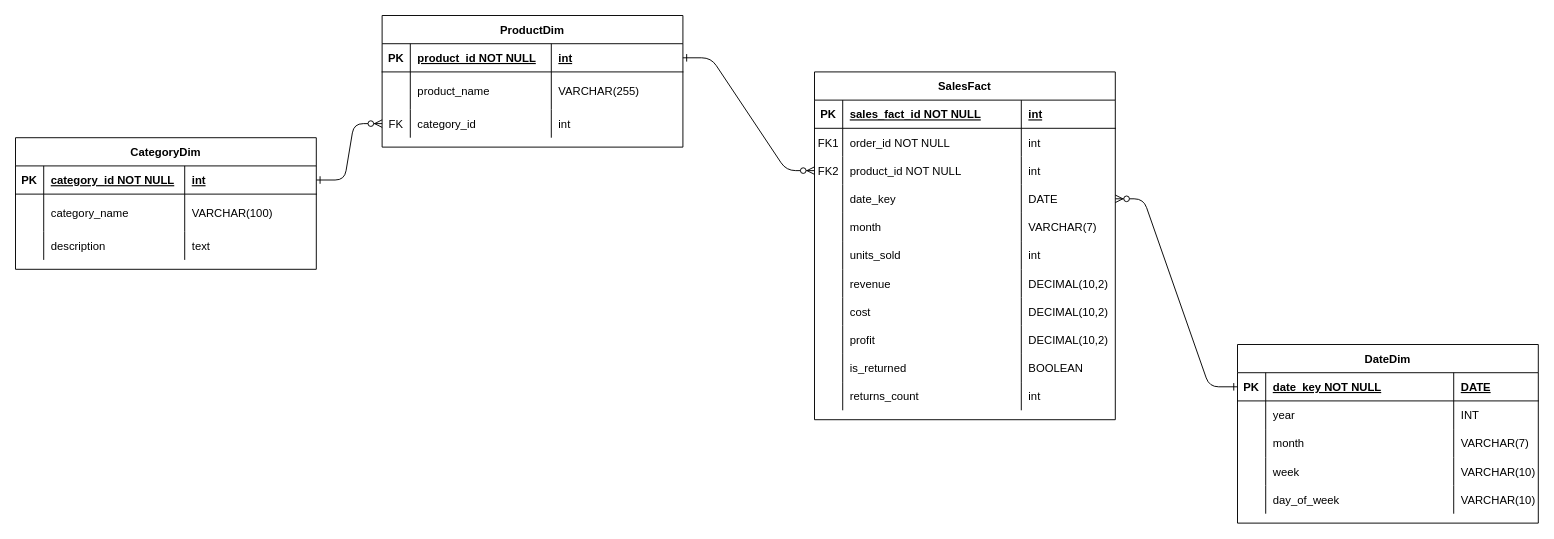
The draw.io diagram Снежинка Data Mart.drawio in SofiyaBrodnikova/-educational, before the edit. Source tidied: cells renumbered, new cells numbered last; positions are measured from the earlier drawing's top-left corner, leaving out a move shared by most shapes. Both pictures are drawn from the tidied source at 94%, with x=0, y=0 at pixel (15, 15).
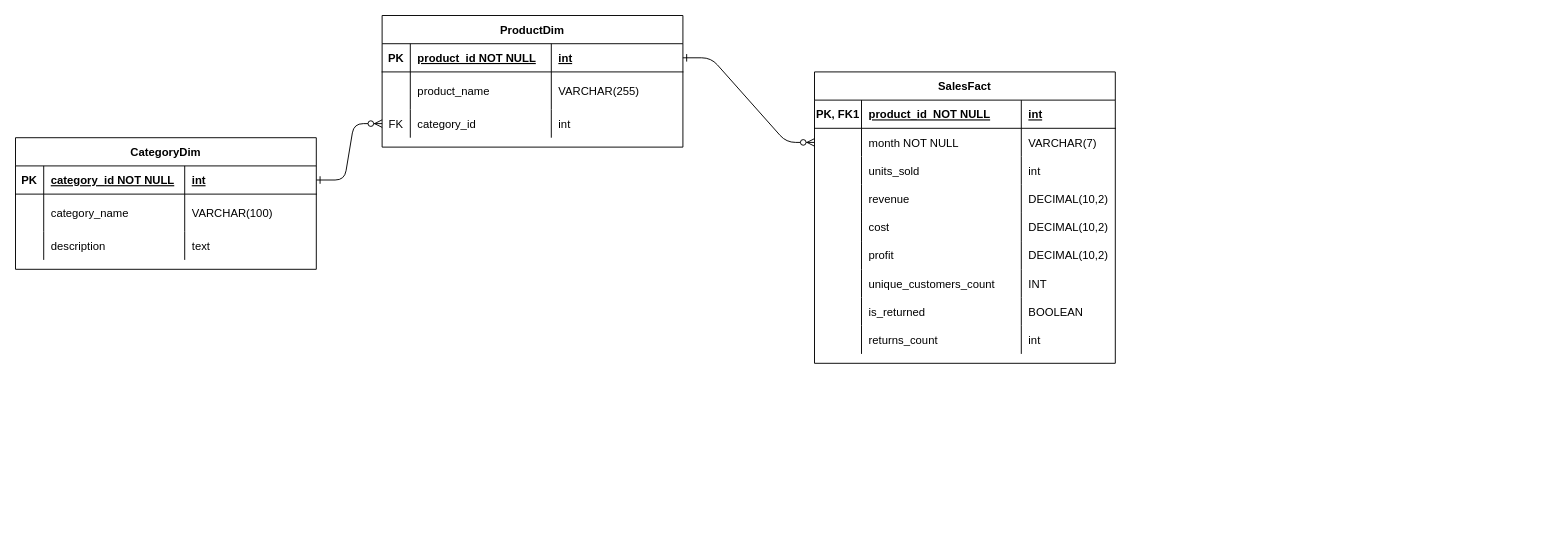
The same page after the edit.

Unchanged cells that the change refers to:
```xml
<mxCell id="25" style="shape=partialRectangle;fillColor=none;top=0;left=0;right=0;bottom=1;" parent="24" vertex="1">
  <mxGeometry y="30" width="320" height="30" as="geometry" />
</mxCell>
```

The edit, as a diff of the source:
```diff
@@
-    <mxCell id="2" style="edgeStyle=entityRelationEdgeStyle;endArrow=ERzeroToMany;startArrow=ERone;endFill=1;startFill=0;exitX=0;exitY=0.5;exitDx=0;exitDy=0;entryX=1;entryY=0.5;entryDx=0;entryDy=0;" parent="1" edge="1" source="4" target="37">
-      <mxGeometry relative="1" as="geometry" />
-    </mxCell>
-    <mxCell id="3" value="DateDim" style="shape=table;startSize=30;childLayout=tableLayout;rowLines=0;fontStyle=1;align=center;" parent="1" vertex="1">
-      <mxGeometry x="1300" y="350" width="320" height="190" as="geometry" />
-    </mxCell>
-    <mxCell id="4" style="shape=partialRectangle;fillColor=none;points=[[0,0.5],[1,0.5]];portConstraint=eastwest;top=0;left=0;right=0;bottom=1;" parent="3" vertex="1">
-      <mxGeometry y="30" width="320" height="30" as="geometry" />
-    </mxCell>
-    <mxCell id="5" value="PK" style="shape=partialRectangle;overflow=hidden;fillColor=none;top=0;left=0;bottom=0;right=0;fontStyle=1;" parent="4" vertex="1">
-      <mxGeometry width="30" height="30" as="geometry" />
-    </mxCell>
-    <mxCell id="6" value="date_key NOT NULL " style="shape=partialRectangle;overflow=hidden;fillColor=none;top=0;left=0;bottom=0;right=0;align=left;spacingLeft=6;fontStyle=5;" parent="4" vertex="1">
-      <mxGeometry x="30" width="200" height="30" as="geometry" />
-    </mxCell>
-    <mxCell id="7" value="DATE" style="shape=partialRectangle;overflow=hidden;fillColor=none;top=0;left=0;bottom=0;right=0;align=left;spacingLeft=6;fontStyle=5;" parent="4" vertex="1">
-      <mxGeometry x="230" width="90" height="30" as="geometry" />
-    </mxCell>
-    <mxCell id="8" style="shape=partialRectangle;fillColor=none;top=0;left=0;right=0;bottom=0;" parent="3" vertex="1">
-      <mxGeometry y="60" width="320" height="30" as="geometry" />
-    </mxCell>
-    <mxCell id="9" style="shape=partialRectangle;overflow=hidden;fillColor=none;top=0;left=0;bottom=0;right=0;" parent="8" vertex="1">
-      <mxGeometry width="30" height="30" as="geometry" />
-    </mxCell>
-    <mxCell id="10" value="year" style="shape=partialRectangle;overflow=hidden;fillColor=none;top=0;left=0;bottom=0;right=0;align=left;spacingLeft=6;" parent="8" vertex="1">
-      <mxGeometry x="30" width="200" height="30" as="geometry" />
-    </mxCell>
-    <mxCell id="11" value="INT" style="shape=partialRectangle;overflow=hidden;fillColor=none;top=0;left=0;bottom=0;right=0;align=left;spacingLeft=6;" parent="8" vertex="1">
-      <mxGeometry x="230" width="90" height="30" as="geometry" />
-    </mxCell>
-    <mxCell id="12" style="shape=partialRectangle;fillColor=none;top=0;left=0;right=0;bottom=0;" parent="3" vertex="1">
-      <mxGeometry y="90" width="320" height="30" as="geometry" />
-    </mxCell>
-    <mxCell id="13" style="shape=partialRectangle;overflow=hidden;fillColor=none;top=0;left=0;bottom=0;right=0;" parent="12" vertex="1">
-      <mxGeometry width="30" height="30" as="geometry" />
-    </mxCell>
-    <mxCell id="14" value="month" style="shape=partialRectangle;overflow=hidden;fillColor=none;top=0;left=0;bottom=0;right=0;align=left;spacingLeft=6;" parent="12" vertex="1">
-      <mxGeometry x="30" width="200" height="30" as="geometry" />
-    </mxCell>
-    <mxCell id="15" value="VARCHAR(7)" style="shape=partialRectangle;overflow=hidden;fillColor=none;top=0;left=0;bottom=0;right=0;align=left;spacingLeft=6;" parent="12" vertex="1">
-      <mxGeometry x="230" width="90" height="30" as="geometry" />
-    </mxCell>
-    <mxCell id="16" style="shape=partialRectangle;fillColor=none;top=0;left=0;right=0;bottom=0;" parent="3" vertex="1">
-      <mxGeometry y="120" width="320" height="30" as="geometry" />
-    </mxCell>
-    <mxCell id="17" style="shape=partialRectangle;overflow=hidden;fillColor=none;top=0;left=0;bottom=0;right=0;" parent="16" vertex="1">
-      <mxGeometry width="30" height="30" as="geometry" />
-    </mxCell>
-    <mxCell id="18" value="week" style="shape=partialRectangle;overflow=hidden;fillColor=none;top=0;left=0;bottom=0;right=0;align=left;spacingLeft=6;" parent="16" vertex="1">
-      <mxGeometry x="30" width="200" height="30" as="geometry" />
-    </mxCell>
-    <mxCell id="19" value="VARCHAR(10)" style="shape=partialRectangle;overflow=hidden;fillColor=none;top=0;left=0;bottom=0;right=0;align=left;spacingLeft=6;" parent="16" vertex="1">
-      <mxGeometry x="230" width="90" height="30" as="geometry" />
-    </mxCell>
-    <mxCell id="20" style="shape=partialRectangle;fillColor=none;top=0;left=0;right=0;bottom=0;" parent="3" vertex="1">
-      <mxGeometry y="150" width="320" height="30" as="geometry" />
-    </mxCell>
-    <mxCell id="21" style="shape=partialRectangle;overflow=hidden;fillColor=none;top=0;left=0;bottom=0;right=0;" parent="20" vertex="1">
-      <mxGeometry width="30" height="30" as="geometry" />
-    </mxCell>
-    <mxCell id="22" value="day_of_week" style="shape=partialRectangle;overflow=hidden;fillColor=none;top=0;left=0;bottom=0;right=0;align=left;spacingLeft=6;" parent="20" vertex="1">
-      <mxGeometry x="30" width="200" height="30" as="geometry" />
-    </mxCell>
-    <mxCell id="23" value="VARCHAR(10)" style="shape=partialRectangle;overflow=hidden;fillColor=none;top=0;left=0;bottom=0;right=0;align=left;spacingLeft=6;" parent="20" vertex="1">
-      <mxGeometry x="230" width="90" height="30" as="geometry" />
-    </mxCell>
     <mxCell id="24" value="SalesFact" style="shape=table;startSize=30;childLayout=tableLayout;rowLines=0;fontStyle=1;align=center;" parent="1" vertex="1">
-      <mxGeometry x="850" y="60" width="320" height="370" as="geometry" />
+      <mxGeometry x="850" y="60" width="320" height="310" as="geometry" />
     </mxCell>
@@
-    <mxCell id="26" value="PK" style="shape=partialRectangle;overflow=hidden;fillColor=none;top=0;left=0;bottom=0;right=0;fontStyle=1;" parent="25" vertex="1">
-      <mxGeometry width="30" height="30" as="geometry" />
+    <mxCell id="26" value="PK, FK1" style="shape=partialRectangle;overflow=hidden;fillColor=none;top=0;left=0;bottom=0;right=0;fontStyle=1;" parent="25" vertex="1">
+      <mxGeometry width="50" height="30" as="geometry" />
     </mxCell>
-    <mxCell id="27" value="sales_fact_id NOT NULL " style="shape=partialRectangle;overflow=hidden;fillColor=none;top=0;left=0;bottom=0;right=0;align=left;spacingLeft=6;fontStyle=5;" parent="25" vertex="1">
-      <mxGeometry x="30" width="190" height="30" as="geometry" />
+    <mxCell id="27" value="product_id  NOT NULL " style="shape=partialRectangle;overflow=hidden;fillColor=none;top=0;left=0;bottom=0;right=0;align=left;spacingLeft=6;fontStyle=5;" parent="25" vertex="1">
+      <mxGeometry x="50" width="170" height="30" as="geometry" />
     </mxCell>
@@
-    <mxCell id="29" style="shape=partialRectangle;fillColor=none;top=0;left=0;right=0;bottom=0;" parent="24" vertex="1">
-      <mxGeometry y="60" width="320" height="30" as="geometry" />
-    </mxCell>
-    <mxCell id="30" value="FK1" style="shape=partialRectangle;overflow=hidden;fillColor=none;top=0;left=0;bottom=0;right=0;" parent="29" vertex="1">
-      <mxGeometry width="30" height="30" as="geometry" />
-    </mxCell>
-    <mxCell id="31" value="order_id NOT NULL" style="shape=partialRectangle;overflow=hidden;fillColor=none;top=0;left=0;bottom=0;right=0;align=left;spacingLeft=6;" parent="29" vertex="1">
-      <mxGeometry x="30" width="190" height="30" as="geometry" />
-    </mxCell>
-    <mxCell id="32" value="int" style="shape=partialRectangle;overflow=hidden;fillColor=none;top=0;left=0;bottom=0;right=0;align=left;spacingLeft=6;" parent="29" vertex="1">
-      <mxGeometry x="220" width="100" height="30" as="geometry" />
-    </mxCell>
     <mxCell id="33" style="shape=partialRectangle;fillColor=none;points=[[0,0.5],[1,0.5]];portConstraint=eastwest;top=0;left=0;right=0;bottom=0;" parent="24" vertex="1">
-      <mxGeometry y="90" width="320" height="30" as="geometry" />
+      <mxGeometry y="60" width="320" height="30" as="geometry" />
     </mxCell>
-    <mxCell id="34" value="FK2" style="shape=partialRectangle;overflow=hidden;fillColor=none;top=0;left=0;bottom=0;right=0;" parent="33" vertex="1">
-      <mxGeometry width="30" height="30" as="geometry" />
+    <mxCell id="34" style="shape=partialRectangle;overflow=hidden;fillColor=none;top=0;left=0;bottom=0;right=0;" parent="33" vertex="1">
+      <mxGeometry width="50" height="30" as="geometry" />
     </mxCell>
-    <mxCell id="35" value="product_id NOT NULL" style="shape=partialRectangle;overflow=hidden;fillColor=none;top=0;left=0;bottom=0;right=0;align=left;spacingLeft=6;" parent="33" vertex="1">
-      <mxGeometry x="30" width="190" height="30" as="geometry" />
+    <mxCell id="35" value="month NOT NULL" style="shape=partialRectangle;overflow=hidden;fillColor=none;top=0;left=0;bottom=0;right=0;align=left;spacingLeft=6;" parent="33" vertex="1">
+      <mxGeometry x="50" width="170" height="30" as="geometry" />
     </mxCell>
-    <mxCell id="36" value="int" style="shape=partialRectangle;overflow=hidden;fillColor=none;top=0;left=0;bottom=0;right=0;align=left;spacingLeft=6;" parent="33" vertex="1">
+    <mxCell id="36" value="VARCHAR(7)" style="shape=partialRectangle;overflow=hidden;fillColor=none;top=0;left=0;bottom=0;right=0;align=left;spacingLeft=6;" parent="33" vertex="1">
       <mxGeometry x="220" width="100" height="30" as="geometry" />
     </mxCell>
-    <mxCell id="37" style="shape=partialRectangle;fillColor=none;points=[[0,0.5],[1,0.5]];portConstraint=eastwest;top=0;left=0;right=0;bottom=0;" parent="24" vertex="1">
-      <mxGeometry y="120" width="320" height="30" as="geometry" />
-    </mxCell>
-    <mxCell id="38" style="shape=partialRectangle;overflow=hidden;fillColor=none;top=0;left=0;bottom=0;right=0;" parent="37" vertex="1">
-      <mxGeometry width="30" height="30" as="geometry" />
-    </mxCell>
-    <mxCell id="39" value="date_key" style="shape=partialRectangle;overflow=hidden;fillColor=none;top=0;left=0;bottom=0;right=0;align=left;spacingLeft=6;" parent="37" vertex="1">
-      <mxGeometry x="30" width="190" height="30" as="geometry" />
-    </mxCell>
-    <mxCell id="40" value="DATE" style="shape=partialRectangle;overflow=hidden;fillColor=none;top=0;left=0;bottom=0;right=0;align=left;spacingLeft=6;" parent="37" vertex="1">
-      <mxGeometry x="220" width="100" height="30" as="geometry" />
-    </mxCell>
-    <mxCell id="41" style="shape=partialRectangle;fillColor=none;top=0;left=0;right=0;bottom=0;" parent="24" vertex="1">
-      <mxGeometry y="150" width="320" height="30" as="geometry" />
-    </mxCell>
-    <mxCell id="42" style="shape=partialRectangle;overflow=hidden;fillColor=none;top=0;left=0;bottom=0;right=0;" parent="41" vertex="1">
-      <mxGeometry width="30" height="30" as="geometry" />
-    </mxCell>
-    <mxCell id="43" value="month" style="shape=partialRectangle;overflow=hidden;fillColor=none;top=0;left=0;bottom=0;right=0;align=left;spacingLeft=6;" parent="41" vertex="1">
-      <mxGeometry x="30" width="190" height="30" as="geometry" />
-    </mxCell>
-    <mxCell id="44" value="VARCHAR(7)" style="shape=partialRectangle;overflow=hidden;fillColor=none;top=0;left=0;bottom=0;right=0;align=left;spacingLeft=6;" parent="41" vertex="1">
-      <mxGeometry x="220" width="100" height="30" as="geometry" />
-    </mxCell>
     <mxCell id="45" style="shape=partialRectangle;fillColor=none;top=0;left=0;right=0;bottom=0;" parent="24" vertex="1">
-      <mxGeometry y="180" width="320" height="30" as="geometry" />
+      <mxGeometry y="90" width="320" height="30" as="geometry" />
     </mxCell>
     <mxCell id="46" style="shape=partialRectangle;overflow=hidden;fillColor=none;top=0;left=0;bottom=0;right=0;" parent="45" vertex="1">
-      <mxGeometry width="30" height="30" as="geometry" />
+      <mxGeometry width="50" height="30" as="geometry" />
     </mxCell>
     <mxCell id="47" value="units_sold" style="shape=partialRectangle;overflow=hidden;fillColor=none;top=0;left=0;bottom=0;right=0;align=left;spacingLeft=6;" parent="45" vertex="1">
-      <mxGeometry x="30" width="190" height="30" as="geometry" />
+      <mxGeometry x="50" width="170" height="30" as="geometry" />
     </mxCell>
@@
     <mxCell id="49" style="shape=partialRectangle;fillColor=none;top=0;left=0;right=0;bottom=0;" parent="24" vertex="1">
-      <mxGeometry y="210" width="320" height="30" as="geometry" />
+      <mxGeometry y="120" width="320" height="30" as="geometry" />
     </mxCell>
     <mxCell id="50" style="shape=partialRectangle;overflow=hidden;fillColor=none;top=0;left=0;bottom=0;right=0;" parent="49" vertex="1">
-      <mxGeometry width="30" height="30" as="geometry" />
+      <mxGeometry width="50" height="30" as="geometry" />
     </mxCell>
     <mxCell id="51" value="revenue" style="shape=partialRectangle;overflow=hidden;fillColor=none;top=0;left=0;bottom=0;right=0;align=left;spacingLeft=6;" parent="49" vertex="1">
-      <mxGeometry x="30" width="190" height="30" as="geometry" />
+      <mxGeometry x="50" width="170" height="30" as="geometry" />
     </mxCell>
@@
     <mxCell id="53" style="shape=partialRectangle;fillColor=none;top=0;left=0;right=0;bottom=0;" parent="24" vertex="1">
-      <mxGeometry y="240" width="320" height="30" as="geometry" />
+      <mxGeometry y="150" width="320" height="30" as="geometry" />
     </mxCell>
     <mxCell id="54" style="shape=partialRectangle;overflow=hidden;fillColor=none;top=0;left=0;bottom=0;right=0;" parent="53" vertex="1">
-      <mxGeometry width="30" height="30" as="geometry" />
+      <mxGeometry width="50" height="30" as="geometry" />
     </mxCell>
     <mxCell id="55" value="cost" style="shape=partialRectangle;overflow=hidden;fillColor=none;top=0;left=0;bottom=0;right=0;align=left;spacingLeft=6;" parent="53" vertex="1">
-      <mxGeometry x="30" width="190" height="30" as="geometry" />
+      <mxGeometry x="50" width="170" height="30" as="geometry" />
     </mxCell>
@@
     <mxCell id="57" style="shape=partialRectangle;fillColor=none;top=0;left=0;right=0;bottom=0;" parent="24" vertex="1">
-      <mxGeometry y="270" width="320" height="30" as="geometry" />
+      <mxGeometry y="180" width="320" height="30" as="geometry" />
     </mxCell>
     <mxCell id="58" style="shape=partialRectangle;overflow=hidden;fillColor=none;top=0;left=0;bottom=0;right=0;" parent="57" vertex="1">
-      <mxGeometry width="30" height="30" as="geometry" />
+      <mxGeometry width="50" height="30" as="geometry" />
     </mxCell>
     <mxCell id="59" value="profit" style="shape=partialRectangle;overflow=hidden;fillColor=none;top=0;left=0;bottom=0;right=0;align=left;spacingLeft=6;" parent="57" vertex="1">
-      <mxGeometry x="30" width="190" height="30" as="geometry" />
+      <mxGeometry x="50" width="170" height="30" as="geometry" />
     </mxCell>
@@
+    <mxCell id="97" style="shape=partialRectangle;fillColor=none;top=0;left=0;right=0;bottom=0;" parent="24" vertex="1">
+      <mxGeometry y="210" width="320" height="30" as="geometry" />
+    </mxCell>
+    <mxCell id="98" style="shape=partialRectangle;overflow=hidden;fillColor=none;top=0;left=0;bottom=0;right=0;" parent="97" vertex="1">
+      <mxGeometry width="50" height="30" as="geometry" />
+    </mxCell>
+    <mxCell id="99" value="unique_customers_count" style="shape=partialRectangle;overflow=hidden;fillColor=none;top=0;left=0;bottom=0;right=0;align=left;spacingLeft=6;" parent="97" vertex="1">
+      <mxGeometry x="50" width="170" height="30" as="geometry" />
+    </mxCell>
+    <mxCell id="11" value="INT" style="shape=partialRectangle;overflow=hidden;fillColor=none;top=0;left=0;bottom=0;right=0;align=left;spacingLeft=6;" parent="97" vertex="1">
+      <mxGeometry x="220" width="100" height="30" as="geometry" />
+    </mxCell>
     <mxCell id="61" style="shape=partialRectangle;fillColor=none;top=0;left=0;right=0;bottom=0;" parent="24" vertex="1">
-      <mxGeometry y="300" width="320" height="30" as="geometry" />
+      <mxGeometry y="240" width="320" height="30" as="geometry" />
     </mxCell>
     <mxCell id="62" style="shape=partialRectangle;overflow=hidden;fillColor=none;top=0;left=0;bottom=0;right=0;" parent="61" vertex="1">
-      <mxGeometry width="30" height="30" as="geometry" />
+      <mxGeometry width="50" height="30" as="geometry" />
     </mxCell>
     <mxCell id="63" value="is_returned" style="shape=partialRectangle;overflow=hidden;fillColor=none;top=0;left=0;bottom=0;right=0;align=left;spacingLeft=6;" parent="61" vertex="1">
-      <mxGeometry x="30" width="190" height="30" as="geometry" />
+      <mxGeometry x="50" width="170" height="30" as="geometry" />
     </mxCell>
@@
     <mxCell id="65" style="shape=partialRectangle;fillColor=none;top=0;left=0;right=0;bottom=0;" parent="24" vertex="1">
-      <mxGeometry y="330" width="320" height="30" as="geometry" />
+      <mxGeometry y="270" width="320" height="30" as="geometry" />
     </mxCell>
     <mxCell id="66" style="shape=partialRectangle;overflow=hidden;fillColor=none;top=0;left=0;bottom=0;right=0;" parent="65" vertex="1">
-      <mxGeometry width="30" height="30" as="geometry" />
+      <mxGeometry width="50" height="30" as="geometry" />
     </mxCell>
     <mxCell id="67" value="returns_count" style="shape=partialRectangle;overflow=hidden;fillColor=none;top=0;left=0;bottom=0;right=0;align=left;spacingLeft=6;" parent="65" vertex="1">
-      <mxGeometry x="30" width="190" height="30" as="geometry" />
+      <mxGeometry x="50" width="170" height="30" as="geometry" />
     </mxCell>
```
